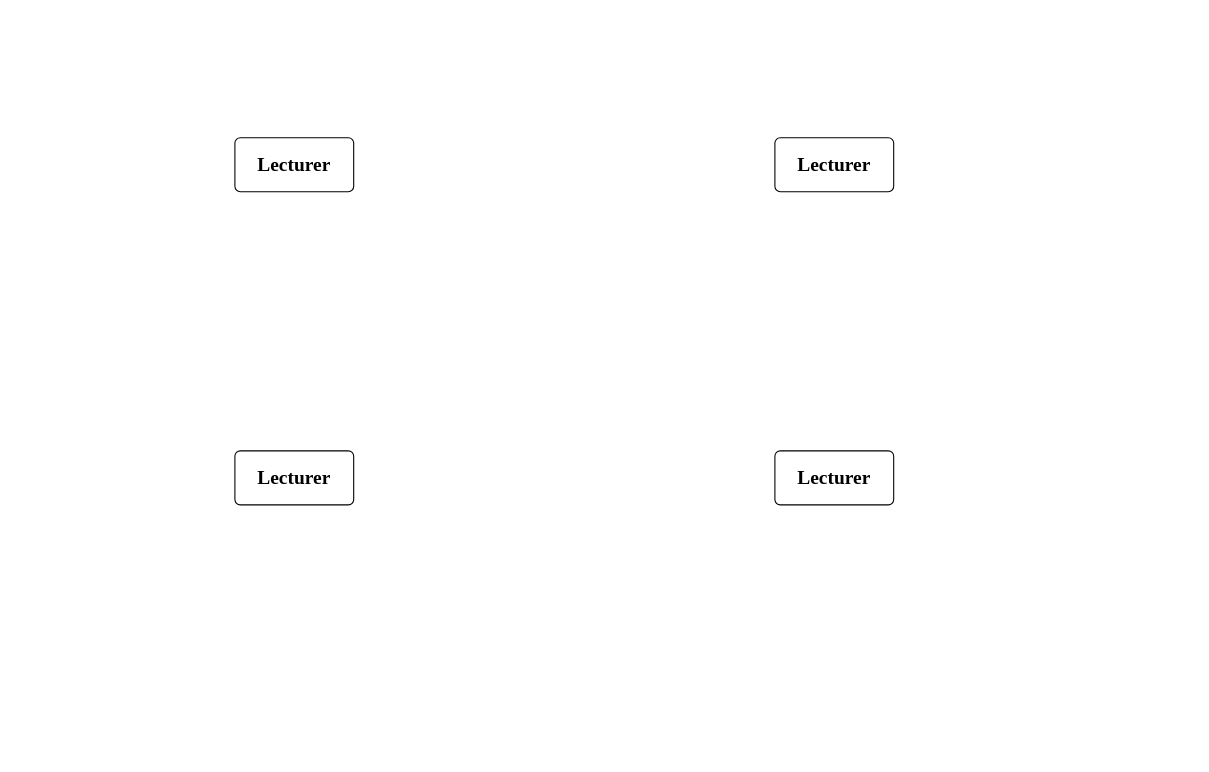
This is ER Diagram.drawio from anysa-kharel/University-Management-System, a draw.io file, before an edit. Source tidied: cells renumbered, new cells numbered last; positions are measured from the earlier drawing's top-left corner, leaving out a move shared by most shapes. Both pictures are drawn from the tidied source at 108%, with x=0, y=0 at pixel (234, 137).
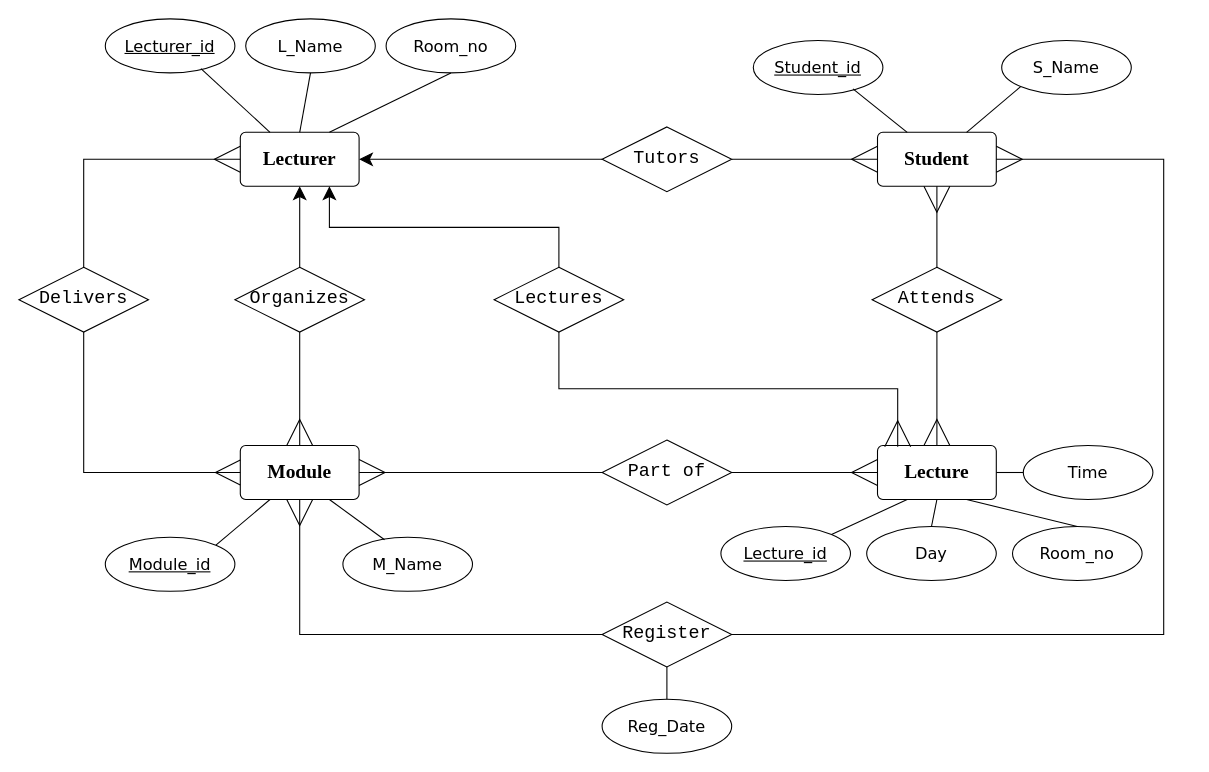
The same page after the edit.

Change to the diagram source:
```diff
@@
     <mxCell id="2" value="&lt;h2&gt;&lt;font face=&quot;Times New Roman&quot; style=&quot;font-size: 18px;&quot;&gt;&lt;b&gt;Lecturer&lt;/b&gt;&lt;/font&gt;&lt;/h2&gt;" style="rounded=1;arcSize=10;whiteSpace=wrap;html=1;align=center;" parent="1" vertex="1">
-      <mxGeometry width="110" height="50" as="geometry" />
+      <mxGeometry x="5" y="-5" width="110" height="50" as="geometry" />
     </mxCell>
-    <mxCell id="3" value="&lt;h2&gt;&lt;font face=&quot;Times New Roman&quot; style=&quot;font-size: 18px;&quot;&gt;&lt;b&gt;Lecturer&lt;/b&gt;&lt;/font&gt;&lt;/h2&gt;" style="rounded=1;arcSize=10;whiteSpace=wrap;html=1;align=center;" parent="1" vertex="1">
-      <mxGeometry x="500" y="290" width="110" height="50" as="geometry" />
+    <mxCell id="3" value="&lt;h2&gt;&lt;font face=&quot;Times New Roman&quot; style=&quot;font-size: 18px;&quot;&gt;&lt;b&gt;Lecture&lt;/b&gt;&lt;/font&gt;&lt;/h2&gt;" style="rounded=1;arcSize=10;whiteSpace=wrap;html=1;align=center;" parent="1" vertex="1">
+      <mxGeometry x="595" y="285" width="110" height="50" as="geometry" />
     </mxCell>
-    <mxCell id="4" value="&lt;h2&gt;&lt;font face=&quot;Times New Roman&quot; style=&quot;font-size: 18px;&quot;&gt;&lt;b&gt;Lecturer&lt;/b&gt;&lt;/font&gt;&lt;/h2&gt;" style="rounded=1;arcSize=10;whiteSpace=wrap;html=1;align=center;" parent="1" vertex="1">
-      <mxGeometry y="290" width="110" height="50" as="geometry" />
+    <mxCell id="4" value="&lt;h2&gt;&lt;font face=&quot;Times New Roman&quot;&gt;Module&lt;/font&gt;&lt;/h2&gt;" style="rounded=1;arcSize=10;whiteSpace=wrap;html=1;align=center;" parent="1" vertex="1">
+      <mxGeometry x="5" y="285" width="110" height="50" as="geometry" />
     </mxCell>
-    <mxCell id="5" value="&lt;h2&gt;&lt;font face=&quot;Times New Roman&quot; style=&quot;font-size: 18px;&quot;&gt;&lt;b&gt;Lecturer&lt;/b&gt;&lt;/font&gt;&lt;/h2&gt;" style="rounded=1;arcSize=10;whiteSpace=wrap;html=1;align=center;" parent="1" vertex="1">
-      <mxGeometry x="500" width="110" height="50" as="geometry" />
+    <mxCell id="5" value="&lt;h2&gt;&lt;font face=&quot;Times New Roman&quot; style=&quot;font-size: 18px;&quot;&gt;&lt;b&gt;Student&lt;/b&gt;&lt;/font&gt;&lt;/h2&gt;" style="rounded=1;arcSize=10;whiteSpace=wrap;html=1;align=center;" parent="1" vertex="1">
+      <mxGeometry x="595" y="-5" width="110" height="50" as="geometry" />
     </mxCell>
+    <mxCell id="6" style="edgeStyle=orthogonalEdgeStyle;rounded=0;jettySize=auto;html=1;entryX=1;entryY=0.5;entryDx=0;entryDy=0;endSize=10;" parent="1" edge="1" source="7" target="2">
+      <mxGeometry relative="1" as="geometry" />
+    </mxCell>
+    <mxCell id="7" value="&lt;font style=&quot;font-size: 17px;&quot; face=&quot;Courier New&quot;&gt;Tutors&lt;/font&gt;" style="shape=rhombus;perimeter=rhombusPerimeter;whiteSpace=wrap;html=1;align=center;" parent="1" vertex="1">
+      <mxGeometry x="340" y="-10" width="120" height="60" as="geometry" />
+    </mxCell>
+    <mxCell id="8" style="edgeStyle=entityRelationEdgeStyle;fontSize=12;html=1;endArrow=ERmany;rounded=0;entryX=0;entryY=0.5;entryDx=0;entryDy=0;exitX=1;exitY=0.5;exitDx=0;exitDy=0;endSize=22;startSize=22;jumpSize=6;" parent="1" edge="1" source="7" target="5">
+      <mxGeometry relative="1" as="geometry" />
+    </mxCell>
+    <mxCell id="9" value="&lt;font face=&quot;Courier New&quot;&gt;&lt;span style=&quot;font-size: 17px;&quot;&gt;Attends&lt;/span&gt;&lt;/font&gt;" style="shape=rhombus;perimeter=rhombusPerimeter;whiteSpace=wrap;html=1;align=center;" parent="1" vertex="1">
+      <mxGeometry x="590" y="120" width="120" height="60" as="geometry" />
+    </mxCell>
+    <mxCell id="10" value="&lt;font face=&quot;Courier New&quot;&gt;&lt;span style=&quot;font-size: 17px;&quot;&gt;Delivers&lt;/span&gt;&lt;/font&gt;" style="shape=rhombus;perimeter=rhombusPerimeter;whiteSpace=wrap;html=1;align=center;" parent="1" vertex="1">
+      <mxGeometry x="-200" y="120" width="120" height="60" as="geometry" />
+    </mxCell>
+    <mxCell id="11" style="edgeStyle=orthogonalEdgeStyle;rounded=0;jettySize=auto;html=1;endSize=10;" parent="1" edge="1" source="12" target="2">
+      <mxGeometry relative="1" as="geometry" />
+    </mxCell>
+    <mxCell id="12" value="&lt;font face=&quot;Courier New&quot;&gt;&lt;span style=&quot;font-size: 17px;&quot;&gt;Organizes&lt;/span&gt;&lt;/font&gt;" style="shape=rhombus;perimeter=rhombusPerimeter;whiteSpace=wrap;html=1;align=center;" parent="1" vertex="1">
+      <mxGeometry y="120" width="120" height="60" as="geometry" />
+    </mxCell>
+    <mxCell id="13" value="&lt;font face=&quot;Courier New&quot;&gt;&lt;span style=&quot;font-size: 17px;&quot;&gt;Register&lt;/span&gt;&lt;/font&gt;" style="shape=rhombus;perimeter=rhombusPerimeter;whiteSpace=wrap;html=1;align=center;direction=west;" parent="1" vertex="1">
+      <mxGeometry x="340" y="430" width="120" height="60" as="geometry" />
+    </mxCell>
+    <mxCell id="14" style="edgeStyle=elbowEdgeStyle;rounded=0;jettySize=auto;html=1;elbow=vertical;entryX=0.75;entryY=1;entryDx=0;entryDy=0;endSize=10;" parent="1" edge="1" source="15" target="2">
+      <mxGeometry relative="1" as="geometry" />
+    </mxCell>
+    <mxCell id="15" value="&lt;font face=&quot;Courier New&quot;&gt;&lt;span style=&quot;font-size: 17px;&quot;&gt;Lectures&lt;/span&gt;&lt;/font&gt;" style="shape=rhombus;perimeter=rhombusPerimeter;whiteSpace=wrap;html=1;align=center;" parent="1" vertex="1">
+      <mxGeometry x="240" y="120" width="120" height="60" as="geometry" />
+    </mxCell>
+    <mxCell id="16" value="&lt;font face=&quot;Courier New&quot;&gt;&lt;span style=&quot;font-size: 17px;&quot;&gt;Part of&lt;/span&gt;&lt;/font&gt;" style="shape=rhombus;perimeter=rhombusPerimeter;whiteSpace=wrap;html=1;align=center;" parent="1" vertex="1">
+      <mxGeometry x="340" y="280" width="120" height="60" as="geometry" />
+    </mxCell>
+    <mxCell id="17" style="edgeStyle=entityRelationEdgeStyle;fontSize=12;html=1;endArrow=ERmany;rounded=0;entryX=1;entryY=0.5;entryDx=0;entryDy=0;exitX=0;exitY=0.5;exitDx=0;exitDy=0;endSize=22;startSize=22;jumpSize=6;" parent="1" edge="1" source="16" target="4">
+      <mxGeometry relative="1" as="geometry" />
+    </mxCell>
+    <mxCell id="18" style="edgeStyle=entityRelationEdgeStyle;fontSize=12;html=1;endArrow=ERmany;rounded=0;entryX=0;entryY=0.5;entryDx=0;entryDy=0;exitX=1;exitY=0.5;exitDx=0;exitDy=0;endSize=22;startSize=22;jumpSize=6;" parent="1" edge="1" source="16" target="3">
+      <mxGeometry relative="1" as="geometry" />
+    </mxCell>
+    <mxCell id="19" style="edgeStyle=orthogonalEdgeStyle;fontSize=12;html=1;endArrow=ERmany;rounded=0;entryX=0;entryY=0.5;entryDx=0;entryDy=0;exitX=0.5;exitY=1;exitDx=0;exitDy=0;endSize=21;startSize=22;" parent="1" edge="1" source="10" target="4">
+      <mxGeometry relative="1" as="geometry" />
+    </mxCell>
+    <mxCell id="20" style="edgeStyle=orthogonalEdgeStyle;fontSize=12;html=1;endArrow=ERmany;rounded=0;exitX=0.5;exitY=0;exitDx=0;exitDy=0;entryX=0;entryY=0.5;entryDx=0;entryDy=0;endSize=22;startSize=22;" parent="1" edge="1" source="10" target="2">
+      <mxGeometry relative="1" as="geometry" />
+    </mxCell>
+    <mxCell id="21" style="edgeStyle=orthogonalEdgeStyle;fontSize=12;html=1;endArrow=ERmany;rounded=0;exitX=0.5;exitY=1;exitDx=0;exitDy=0;endSize=22;startSize=22;entryX=0.5;entryY=0;entryDx=0;entryDy=0;" parent="1" edge="1" source="12" target="4">
+      <mxGeometry relative="1" as="geometry" />
+    </mxCell>
+    <mxCell id="22" style="fontSize=12;html=1;endArrow=ERmany;rounded=0;entryX=0.5;entryY=0;entryDx=0;entryDy=0;exitX=0.5;exitY=1;exitDx=0;exitDy=0;endSize=22;startSize=22;jumpSize=6;" parent="1" edge="1" source="9" target="3">
+      <mxGeometry relative="1" as="geometry" />
+    </mxCell>
+    <mxCell id="23" style="fontSize=12;html=1;endArrow=ERmany;rounded=0;entryX=0.5;entryY=1;entryDx=0;entryDy=0;exitX=0.5;exitY=0;exitDx=0;exitDy=0;endSize=22;startSize=22;jumpSize=6;" parent="1" edge="1" source="9" target="5">
+      <mxGeometry relative="1" as="geometry" />
+    </mxCell>
+    <mxCell id="24" style="edgeStyle=orthogonalEdgeStyle;fontSize=12;html=1;endArrow=ERmany;rounded=0;entryX=0.5;entryY=1;entryDx=0;entryDy=0;exitX=1;exitY=0.5;exitDx=0;exitDy=0;endSize=22;startSize=22;jumpSize=6;" parent="1" edge="1" source="13" target="4">
+      <mxGeometry relative="1" as="geometry" />
+    </mxCell>
+    <mxCell id="25" style="edgeStyle=orthogonalEdgeStyle;fontSize=12;html=1;endArrow=ERmany;rounded=0;entryX=1;entryY=0.5;entryDx=0;entryDy=0;endSize=22;startSize=22;jumpSize=6;" parent="1" edge="1" source="13" target="5">
+      <mxGeometry relative="1" as="geometry">
+        <Array as="points">
+          <mxPoint x="860" y="460" />
+          <mxPoint x="860" y="20" />
+        </Array>
+      </mxGeometry>
+    </mxCell>
+    <mxCell id="26" style="edgeStyle=orthogonalEdgeStyle;fontSize=12;html=1;endArrow=ERmany;rounded=0;entryX=0.17;entryY=0.023;entryDx=0;entryDy=0;exitX=0.5;exitY=1;exitDx=0;exitDy=0;endSize=22;startSize=22;jumpSize=6;entryPerimeter=0;" parent="1" edge="1" source="15" target="3">
+      <mxGeometry relative="1" as="geometry" />
+    </mxCell>
+    <mxCell id="27" value="&lt;font style=&quot;font-size: 15px;&quot; face=&quot;Verdana&quot;&gt;Lecturer_id&lt;/font&gt;" style="ellipse;whiteSpace=wrap;html=1;align=center;fontStyle=4;" parent="1" vertex="1">
+      <mxGeometry x="-120" y="-110" width="120" height="50" as="geometry" />
+    </mxCell>
+    <mxCell id="28" value="&lt;font style=&quot;font-size: 15px;&quot; face=&quot;Verdana&quot;&gt;Room_no&lt;/font&gt;" style="ellipse;whiteSpace=wrap;html=1;align=center;fontStyle=0;" parent="1" vertex="1">
+      <mxGeometry x="140" y="-110" width="120" height="50" as="geometry" />
+    </mxCell>
+    <mxCell id="29" value="&lt;font style=&quot;font-size: 15px;&quot; face=&quot;Verdana&quot;&gt;L_Name&lt;/font&gt;" style="ellipse;whiteSpace=wrap;html=1;align=center;fontStyle=0;" parent="1" vertex="1">
+      <mxGeometry x="10" y="-110" width="120" height="50" as="geometry" />
+    </mxCell>
+    <mxCell id="30" value="&lt;font style=&quot;font-size: 15px;&quot; face=&quot;Verdana&quot;&gt;Time&lt;/font&gt;" style="ellipse;whiteSpace=wrap;html=1;align=center;fontStyle=0;" parent="1" vertex="1">
+      <mxGeometry x="730" y="285" width="120" height="50" as="geometry" />
+    </mxCell>
+    <mxCell id="31" value="&lt;font style=&quot;font-size: 15px;&quot; face=&quot;Verdana&quot;&gt;Room_no&lt;/font&gt;" style="ellipse;whiteSpace=wrap;html=1;align=center;fontStyle=0;" parent="1" vertex="1">
+      <mxGeometry x="720" y="360" width="120" height="50" as="geometry" />
+    </mxCell>
+    <mxCell id="32" value="&lt;font style=&quot;font-size: 15px;&quot; face=&quot;Verdana&quot;&gt;Day&lt;/font&gt;" style="ellipse;whiteSpace=wrap;html=1;align=center;fontStyle=0;" parent="1" vertex="1">
+      <mxGeometry x="585" y="360" width="120" height="50" as="geometry" />
+    </mxCell>
+    <mxCell id="33" value="&lt;font style=&quot;font-size: 15px;&quot; face=&quot;Verdana&quot;&gt;Lecture_id&lt;/font&gt;" style="ellipse;whiteSpace=wrap;html=1;align=center;fontStyle=4;" parent="1" vertex="1">
+      <mxGeometry x="450" y="360" width="120" height="50" as="geometry" />
+    </mxCell>
+    <mxCell id="34" value="&lt;font face=&quot;Verdana&quot;&gt;&lt;span style=&quot;font-size: 15px;&quot;&gt;Reg_Date&lt;/span&gt;&lt;/font&gt;" style="ellipse;whiteSpace=wrap;html=1;align=center;fontStyle=0;" parent="1" vertex="1">
+      <mxGeometry x="340" y="520" width="120" height="50" as="geometry" />
+    </mxCell>
+    <mxCell id="35" value="&lt;font face=&quot;Verdana&quot;&gt;&lt;span style=&quot;font-size: 15px;&quot;&gt;M_Name&lt;/span&gt;&lt;/font&gt;" style="ellipse;whiteSpace=wrap;html=1;align=center;fontStyle=0;" parent="1" vertex="1">
+      <mxGeometry x="100" y="370" width="120" height="50" as="geometry" />
+    </mxCell>
+    <mxCell id="36" value="&lt;font style=&quot;font-size: 15px;&quot; face=&quot;Verdana&quot;&gt;Module_id&lt;/font&gt;" style="ellipse;whiteSpace=wrap;html=1;align=center;fontStyle=4;" parent="1" vertex="1">
+      <mxGeometry x="-120" y="370" width="120" height="50" as="geometry" />
+    </mxCell>
+    <mxCell id="37" value="&lt;font face=&quot;Verdana&quot;&gt;&lt;span style=&quot;font-size: 15px;&quot;&gt;S_Name&lt;/span&gt;&lt;/font&gt;" style="ellipse;whiteSpace=wrap;html=1;align=center;fontStyle=0;" parent="1" vertex="1">
+      <mxGeometry x="710" y="-90" width="120" height="50" as="geometry" />
+    </mxCell>
+    <mxCell id="38" value="&lt;font face=&quot;Verdana&quot;&gt;&lt;span style=&quot;font-size: 15px;&quot;&gt;Student_id&lt;/span&gt;&lt;/font&gt;" style="ellipse;whiteSpace=wrap;html=1;align=center;fontStyle=4;" parent="1" vertex="1">
+      <mxGeometry x="480" y="-90" width="120" height="50" as="geometry" />
+    </mxCell>
+    <mxCell id="39" style="endArrow=none;html=1;rounded=0;exitX=1;exitY=0;exitDx=0;exitDy=0;entryX=0.25;entryY=1;entryDx=0;entryDy=0;" parent="1" edge="1" source="36" target="4">
+      <mxGeometry relative="1" as="geometry" />
+    </mxCell>
+    <mxCell id="40" style="endArrow=none;html=1;rounded=0;exitX=0.738;exitY=0.92;exitDx=0;exitDy=0;entryX=0.25;entryY=0;entryDx=0;entryDy=0;exitPerimeter=0;" parent="1" edge="1" source="27" target="2">
+      <mxGeometry relative="1" as="geometry" />
+    </mxCell>
+    <mxCell id="41" style="endArrow=none;html=1;rounded=0;exitX=0.5;exitY=1;exitDx=0;exitDy=0;entryX=0.5;entryY=0;entryDx=0;entryDy=0;" parent="1" edge="1" source="29" target="2">
+      <mxGeometry relative="1" as="geometry" />
+    </mxCell>
+    <mxCell id="42" style="endArrow=none;html=1;rounded=0;exitX=0.5;exitY=1;exitDx=0;exitDy=0;entryX=0.75;entryY=0;entryDx=0;entryDy=0;" parent="1" edge="1" source="28" target="2">
+      <mxGeometry relative="1" as="geometry" />
+    </mxCell>
+    <mxCell id="43" style="endArrow=none;html=1;rounded=0;exitX=0.769;exitY=0.895;exitDx=0;exitDy=0;entryX=0.25;entryY=0;entryDx=0;entryDy=0;exitPerimeter=0;" parent="1" edge="1" source="38" target="5">
+      <mxGeometry relative="1" as="geometry" />
+    </mxCell>
+    <mxCell id="44" style="endArrow=none;html=1;rounded=0;exitX=0.5;exitY=0;exitDx=0;exitDy=0;entryX=0.5;entryY=0;entryDx=0;entryDy=0;" parent="1" edge="1" source="34" target="13">
+      <mxGeometry relative="1" as="geometry" />
+    </mxCell>
+    <mxCell id="45" style="endArrow=none;html=1;rounded=0;exitX=0;exitY=1;exitDx=0;exitDy=0;entryX=0.75;entryY=0;entryDx=0;entryDy=0;" parent="1" edge="1" source="37" target="5">
+      <mxGeometry relative="1" as="geometry" />
+    </mxCell>
+    <mxCell id="46" style="endArrow=none;html=1;rounded=0;exitX=0;exitY=0.5;exitDx=0;exitDy=0;entryX=1;entryY=0.5;entryDx=0;entryDy=0;" parent="1" edge="1" source="30" target="3">
+      <mxGeometry relative="1" as="geometry" />
+    </mxCell>
+    <mxCell id="47" style="endArrow=none;html=1;rounded=0;exitX=0.5;exitY=0;exitDx=0;exitDy=0;entryX=0.75;entryY=1;entryDx=0;entryDy=0;" parent="1" edge="1" source="31" target="3">
+      <mxGeometry relative="1" as="geometry" />
+    </mxCell>
+    <mxCell id="48" style="endArrow=none;html=1;rounded=0;entryX=0.5;entryY=0;entryDx=0;entryDy=0;exitX=0.5;exitY=1;exitDx=0;exitDy=0;" parent="1" edge="1" source="3" target="32">
+      <mxGeometry relative="1" as="geometry" />
+    </mxCell>
+    <mxCell id="49" style="endArrow=none;html=1;rounded=0;exitX=0.25;exitY=1;exitDx=0;exitDy=0;entryX=1;entryY=0;entryDx=0;entryDy=0;" parent="1" edge="1" source="3" target="33">
+      <mxGeometry relative="1" as="geometry" />
+    </mxCell>
+    <mxCell id="50" style="endArrow=none;html=1;rounded=0;exitX=0.321;exitY=0.045;exitDx=0;exitDy=0;entryX=0.75;entryY=1;entryDx=0;entryDy=0;exitPerimeter=0;" parent="1" edge="1" source="35" target="4">
+      <mxGeometry relative="1" as="geometry" />
+    </mxCell>
```
